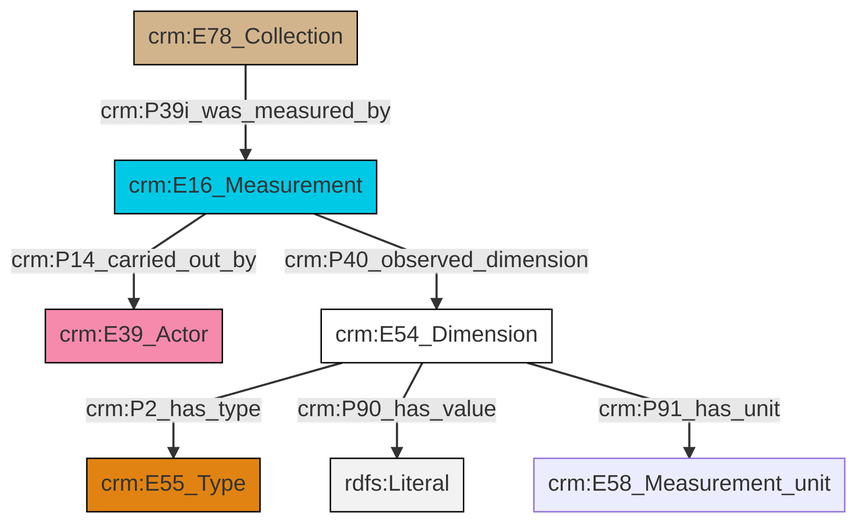
The Mermaid diagram et/archivalCSV/ttl/mmd/png/archival_substance.png in swiss-art-research-net/docs.swissartresearch, before a commit. Its source is kept beside it as et/archivalCSV/ttl/mmd/archival_substance.ttl.mmd.
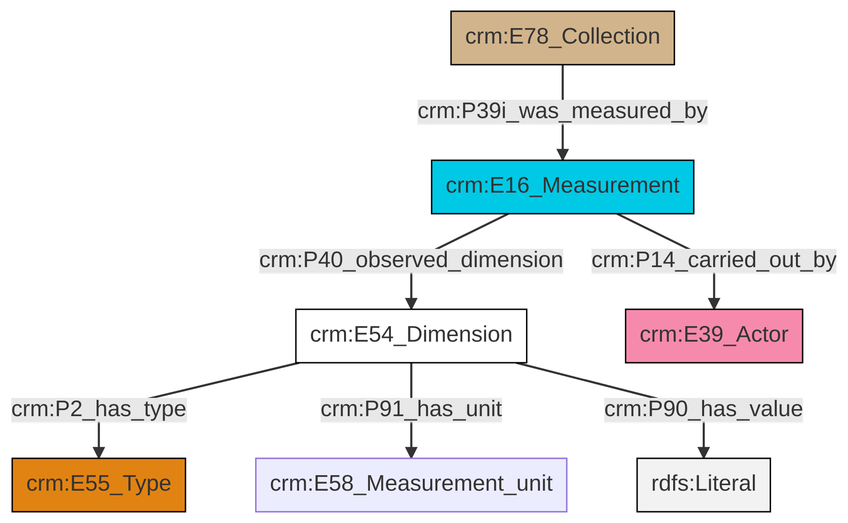
Above is the later version.

The edit, as a diff of the source:
```diff
@@ -13,9 +13,9 @@
 classDef PC_Classes fill:#4ce600, stroke:#000000;
 classDef Multi fill:#cccccc,stroke:#000000;
 
-4["crm:E78_Collection"]:::Physical_Thing -->|crm:P39i_was_measured_by| 6["crm:E16_Measurement"]:::Temporal_Entity
-7["crm:E54_Dimension"]:::CRM_Entity -->|crm:P2_has_type| 2["crm:E55_Type"]:::Type
-7["crm:E54_Dimension"]:::CRM_Entity -->|crm:P90_has_value| 8[rdfs:Literal]:::Literal
-7["crm:E54_Dimension"]:::CRM_Entity -->|crm:P91_has_unit| 9["crm:E58_Measurement_unit"]:::Default
-6["crm:E16_Measurement"]:::Temporal_Entity -->|crm:P14_carried_out_by| 0["crm:E39_Actor"]:::Actor
-6["crm:E16_Measurement"]:::Temporal_Entity -->|crm:P40_observed_dimension| 7["crm:E54_Dimension"]:::CRM_Entity
+0["crm:E16_Measurement"]:::Temporal_Entity -->|crm:P40_observed_dimension| 1["crm:E54_Dimension"]:::CRM_Entity
+1["crm:E54_Dimension"]:::CRM_Entity -->|crm:P2_has_type| 7["crm:E55_Type"]:::Type
+1["crm:E54_Dimension"]:::CRM_Entity -->|crm:P91_has_unit| 5["crm:E58_Measurement_unit"]:::Default
+9["crm:E78_Collection"]:::Physical_Thing -->|crm:P39i_was_measured_by| 0["crm:E16_Measurement"]:::Temporal_Entity
+1["crm:E54_Dimension"]:::CRM_Entity -->|crm:P90_has_value| 10[rdfs:Literal]:::Literal
+0["crm:E16_Measurement"]:::Temporal_Entity -->|crm:P14_carried_out_by| 2["crm:E39_Actor"]:::Actor
```
